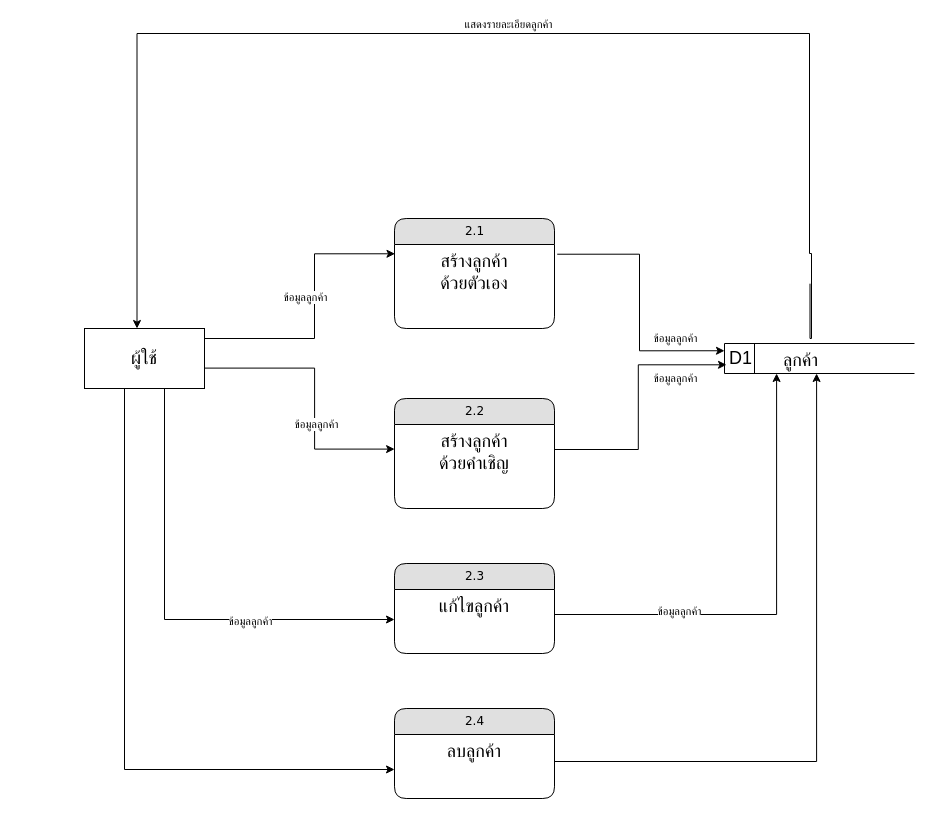
Above: dataflow-pms-2.0.drawio in NewSnooker/it-udvc-pms (draw.io), before the change. Source tidied: cells renumbered, new cells numbered last; positions are measured from the earlier drawing's top-left corner, leaving out a move shared by most shapes. Both pictures are drawn from the tidied source at 100%, with x=0, y=0 at pixel (84, 33).
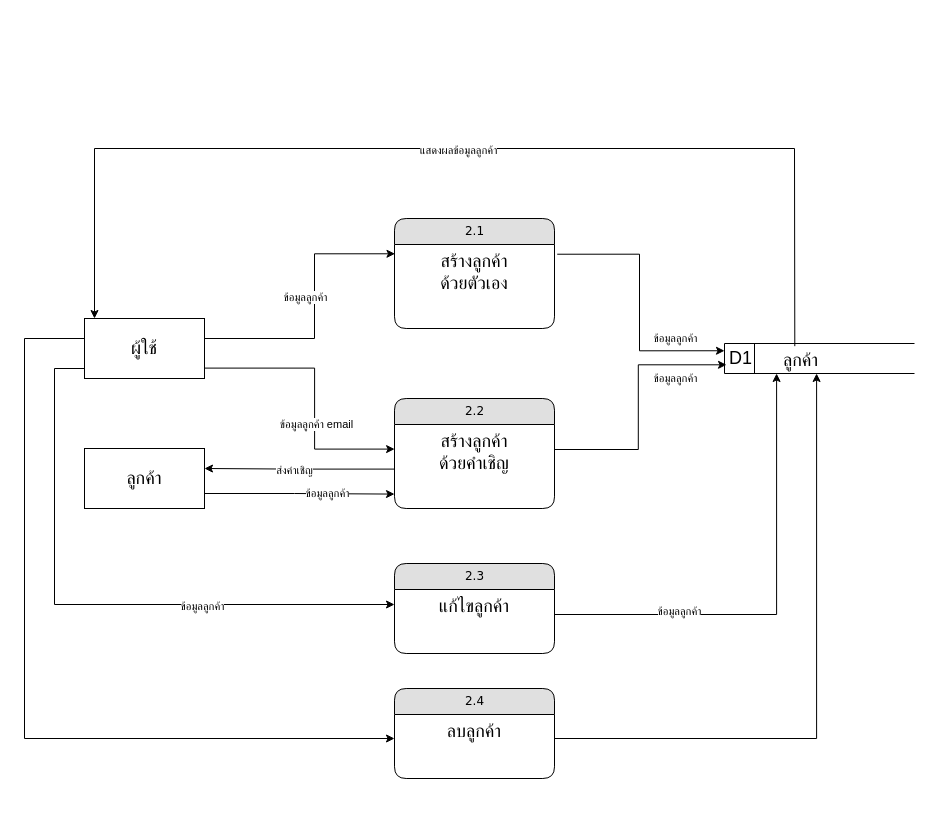
Above is the later version.

The change refers to these unchanged cells:
```xml
<mxCell id="9" value="&lt;span style=&quot;font-size: 18px; font-weight: 400;&quot;&gt;ลูกค้า&lt;/span&gt;" style="text;strokeColor=none;fillColor=none;html=1;fontSize=24;fontStyle=1;verticalAlign=middle;align=center;" parent="7" vertex="1">
  <mxGeometry x="28.5" width="95" height="30" as="geometry" />
</mxCell>
<mxCell id="13" style="endArrow=classic;html=1;rounded=0;exitX=0.999;exitY=0.656;exitDx=0;exitDy=0;entryX=0.003;entryY=0.172;entryDx=0;entryDy=0;entryPerimeter=0;edgeStyle=orthogonalEdgeStyle;exitPerimeter=0;" parent="1" edge="1">
  <mxGeometry relative="1" as="geometry">
    <mxPoint x="120" y="315" as="sourcePoint" />
    <mxPoint x="310.1" y="415.6" as="targetPoint" />
    <Array as="points">
      <mxPoint x="230.1" y="334.6" />
      <mxPoint x="230.1" y="415.6" />
    </Array>
  </mxGeometry>
</mxCell>
<mxCell id="22" value="&lt;span style=&quot;font-size: 18px;&quot;&gt;แก้ไขลูกค้า&lt;/span&gt;" style="text;html=1;strokeColor=none;fillColor=none;spacingLeft=4;spacingRight=4;whiteSpace=wrap;overflow=hidden;points=[[0,0.5],[1,0.5]];portConstraint=eastwest;align=center;" parent="21" vertex="1">
  <mxGeometry y="26" width="160" height="54" as="geometry" />
</mxCell>
<mxCell id="28" value="&lt;span style=&quot;font-size: 18px;&quot;&gt;ลบลูกค้า&lt;/span&gt;" style="text;html=1;strokeColor=none;fillColor=none;spacingLeft=4;spacingRight=4;whiteSpace=wrap;overflow=hidden;points=[[0,0.5],[1,0.5]];portConstraint=eastwest;align=center;" parent="27" vertex="1">
  <mxGeometry y="26" width="160" height="54" as="geometry" />
</mxCell>
```

Diff of the diagram source:
```diff
@@
     <mxCell id="4" value="&lt;span style=&quot;font-size: 18px; text-wrap-mode: nowrap;&quot;&gt;ผู้ใช้&lt;/span&gt;" style="rounded=0;whiteSpace=wrap;html=1;" parent="1" vertex="1">
-      <mxGeometry y="295" width="120" height="60" as="geometry" />
+      <mxGeometry y="285" width="120" height="60" as="geometry" />
     </mxCell>
@@
-    <mxCell id="15" value="ข้อมูลลูกค้า" style="edgeLabel;html=1;align=center;verticalAlign=middle;" parent="13" vertex="1">
+    <mxCell id="15" value="ข้อมูลลูกค้า email" style="edgeLabel;html=1;align=center;verticalAlign=middle;" parent="13" vertex="1">
       <mxGeometry x="0.28" y="1" relative="1" as="geometry" />
     </mxCell>
@@
-    <mxCell id="19" style="endArrow=classic;html=1;rounded=0;edgeStyle=orthogonalEdgeStyle;" parent="1" edge="1">
-      <mxGeometry relative="1" as="geometry">
-        <mxPoint x="725.5" y="250.2" as="sourcePoint" />
-        <mxPoint x="52.5" y="295" as="targetPoint" />
-        <Array as="points">
-          <mxPoint x="726" y="305" />
-          <mxPoint x="727" y="305" />
-          <mxPoint x="727" y="220" />
-          <mxPoint x="725" y="220" />
-          <mxPoint x="725" />
-          <mxPoint x="52" />
-        </Array>
-      </mxGeometry>
-    </mxCell>
-    <mxCell id="20" value="แสดงรายละเอียดลูกค้า" style="edgeLabel;html=1;align=center;verticalAlign=middle;rotation=0;" parent="19" vertex="1">
-      <mxGeometry x="-0.06" y="2" relative="1" as="geometry">
-        <mxPoint x="-40" y="-12" as="offset" />
-      </mxGeometry>
-    </mxCell>
@@
-    <mxCell id="25" style="endArrow=classic;html=1;rounded=0;exitX=0.75;exitY=1;exitDx=0;exitDy=0;edgeStyle=orthogonalEdgeStyle;" parent="1" edge="1">
+    <mxCell id="25" style="endArrow=classic;html=1;rounded=0;exitX=0;exitY=0.75;exitDx=0;exitDy=0;edgeStyle=orthogonalEdgeStyle;entryX=0;entryY=0.278;entryDx=0;entryDy=0;entryPerimeter=0;" parent="1" edge="1" source="4" target="22">
       <mxGeometry relative="1" as="geometry">
-        <mxPoint x="80" y="355" as="sourcePoint" />
-        <mxPoint x="310" y="586" as="targetPoint" />
         <Array as="points">
-          <mxPoint x="80" y="586" />
+          <mxPoint y="335" />
+          <mxPoint x="-30" y="335" />
+          <mxPoint x="-30" y="571" />
         </Array>
       </mxGeometry>
     </mxCell>
@@
     <mxCell id="27" value="2.4" style="swimlane;html=1;fontStyle=0;horizontal=1;startSize=26;fillColor=#e0e0e0;swimlaneFillColor=#ffffff;align=center;rounded=1;shadow=0;comic=0;labelBackgroundColor=none;strokeWidth=1;fontFamily=Verdana;fontSize=12;" parent="1" vertex="1">
-      <mxGeometry x="310" y="675" width="160" height="90" as="geometry" />
+      <mxGeometry x="310" y="655" width="160" height="90" as="geometry" />
     </mxCell>
@@
-    <mxCell id="29" style="endArrow=classic;html=1;rounded=0;exitX=0.667;exitY=1;exitDx=0;exitDy=0;edgeStyle=orthogonalEdgeStyle;exitPerimeter=0;" parent="1" edge="1" source="4">
+    <mxCell id="29" style="endArrow=classic;html=1;rounded=0;exitX=0.667;exitY=1;exitDx=0;exitDy=0;edgeStyle=orthogonalEdgeStyle;exitPerimeter=0;" parent="1" edge="1" target="28">
       <mxGeometry relative="1" as="geometry">
-        <mxPoint x="310" y="736" as="targetPoint" />
+        <mxPoint y="325" as="sourcePoint" />
         <Array as="points">
-          <mxPoint x="40" y="355" />
-          <mxPoint x="40" y="736" />
+          <mxPoint y="305" />
+          <mxPoint x="-60" y="305" />
+          <mxPoint x="-60" y="705" />
         </Array>
       </mxGeometry>
     </mxCell>
     <mxCell id="30" style="endArrow=classic;html=1;rounded=0;edgeStyle=orthogonalEdgeStyle;exitX=1;exitY=0.5;exitDx=0;exitDy=0;" parent="1" edge="1" source="28">
       <mxGeometry relative="1" as="geometry">
         <mxPoint x="732.1" y="340" as="targetPoint" />
         <Array as="points">
-          <mxPoint x="732" y="728" />
+          <mxPoint x="470" y="705" />
+          <mxPoint x="732" y="705" />
         </Array>
       </mxGeometry>
     </mxCell>
+    <mxCell id="31" style="endArrow=classic;html=1;rounded=0;exitX=0.44;exitY=0.089;exitDx=0;exitDy=0;exitPerimeter=0;" parent="1" edge="1" source="9">
+      <mxGeometry relative="1" as="geometry">
+        <mxPoint x="10" y="285" as="targetPoint" />
+        <Array as="points">
+          <mxPoint x="710" y="115" />
+          <mxPoint x="10" y="115" />
+        </Array>
+      </mxGeometry>
+    </mxCell>
+    <mxCell id="32" value="แสดงผลข้อมูลลูกค้า" style="edgeLabel;html=1;align=center;verticalAlign=middle;" parent="31" vertex="1">
+      <mxGeometry y="1" relative="1" as="geometry" />
+    </mxCell>
+    <mxCell id="33" value="&lt;span style=&quot;font-size: 18px; text-wrap-mode: nowrap;&quot;&gt;ลูกค้า&lt;/span&gt;" style="rounded=0;whiteSpace=wrap;html=1;" parent="1" vertex="1">
+      <mxGeometry y="415" width="120" height="60" as="geometry" />
+    </mxCell>
+    <mxCell id="34" style="endArrow=classic;html=1;rounded=0;edgeStyle=orthogonalEdgeStyle;exitX=1;exitY=0.5;exitDx=0;exitDy=0;" parent="1" edge="1">
+      <mxGeometry relative="1" as="geometry">
+        <mxPoint x="120" y="460" as="sourcePoint" />
+        <mxPoint x="310" y="460.6" as="targetPoint" />
+        <Array as="points">
+          <mxPoint x="210" y="460" />
+        </Array>
+      </mxGeometry>
+    </mxCell>
+    <mxCell id="35" style="edgeLabel;html=1;align=center;verticalAlign=middle;" parent="34" vertex="1">
+      <mxGeometry x="0.34" y="-4" relative="1" as="geometry" />
+    </mxCell>
+    <mxCell id="36" value="ข้อมูลลูกค้า" style="edgeLabel;html=1;align=center;verticalAlign=middle;" parent="34" vertex="1">
+      <mxGeometry x="0.28" y="1" relative="1" as="geometry" />
+    </mxCell>
+    <mxCell id="37" style="endArrow=classic;html=1;rounded=0;edgeStyle=orthogonalEdgeStyle;exitX=1;exitY=0.5;exitDx=0;exitDy=0;" parent="1" edge="1">
+      <mxGeometry relative="1" as="geometry">
+        <mxPoint x="310" y="435.6" as="sourcePoint" />
+        <mxPoint x="120" y="435" as="targetPoint" />
+        <Array as="points">
+          <mxPoint x="210" y="435" />
+        </Array>
+      </mxGeometry>
+    </mxCell>
+    <mxCell id="38" style="edgeLabel;html=1;align=center;verticalAlign=middle;" parent="37" vertex="1">
+      <mxGeometry x="0.34" y="-4" relative="1" as="geometry" />
+    </mxCell>
+    <mxCell id="39" value="ส่งคำเชิญ" style="edgeLabel;html=1;align=center;verticalAlign=middle;" parent="37" vertex="1">
+      <mxGeometry x="0.28" y="1" relative="1" as="geometry">
+        <mxPoint x="22" as="offset" />
+      </mxGeometry>
+    </mxCell>
```
